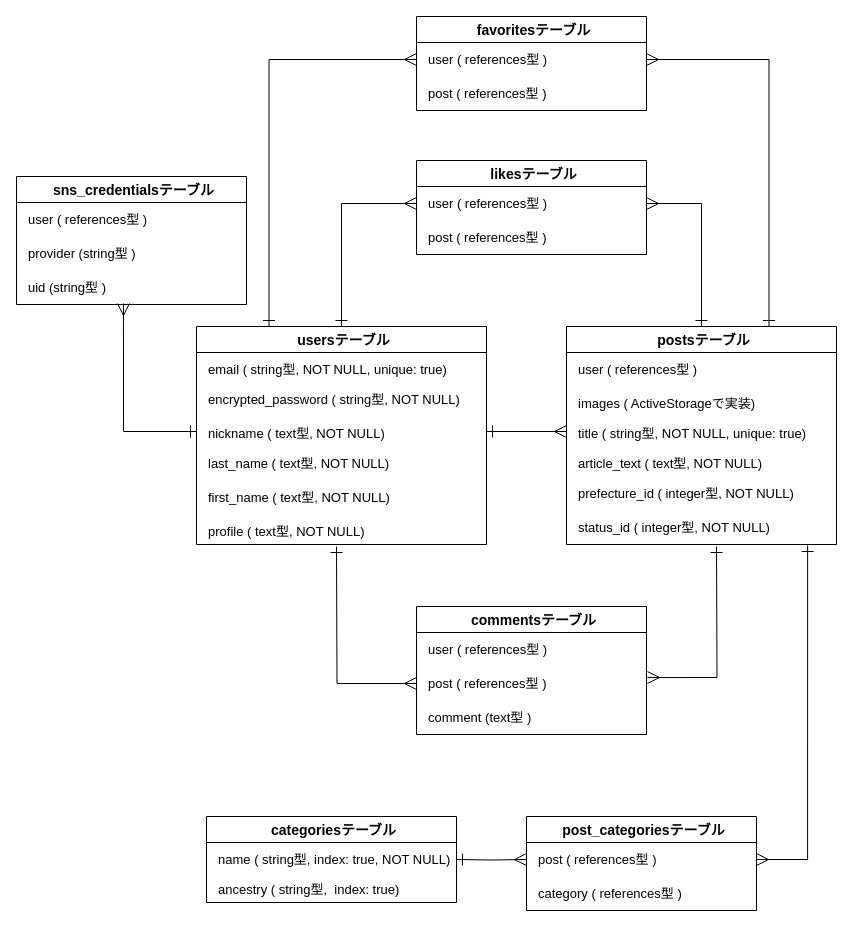
The draw.io diagram app/views/index.dio in shiorifujimoto/camp_app, before the edit. Source tidied: cells renumbered, new cells numbered last; positions are measured from the earlier drawing's top-left corner, leaving out a move shared by most shapes. Both pictures are drawn from the tidied source at 100%, with x=0, y=0 at pixel (16, 16).
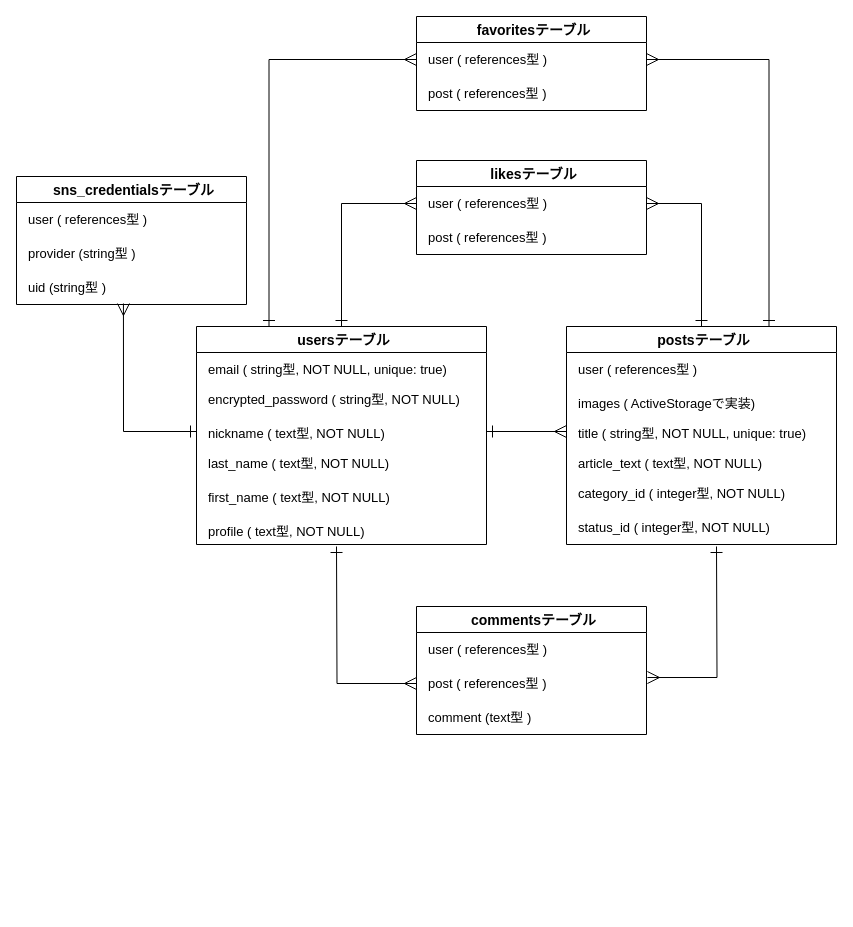
The same page after the edit.

The change refers to these unchanged cells:
```xml
<mxCell id="21" value="postsテーブル" style="swimlane;fontStyle=1;horizontal=1;startSize=26;align=center;fontSize=14;spacing=15;spacingTop=0;spacingBottom=0;spacingRight=2;spacingLeft=7;" parent="1" vertex="1">
  <mxGeometry x="550" y="310" width="270" height="218" as="geometry" />
</mxCell>
<mxCell id="27" value="status_id ( integer型, NOT NULL)" style="text;strokeColor=none;fillColor=none;spacingLeft=7;spacingRight=2;overflow=hidden;points=[[0,0.5],[1,0.5]];portConstraint=eastwest;fontSize=13;spacing=5;" parent="21" vertex="1">
  <mxGeometry y="184" width="270" height="34" as="geometry" />
</mxCell>
```

The edit, as a diff of the source:
```diff
@@
-    <mxCell id="26" value="prefecture_id ( integer型, NOT NULL)" style="text;strokeColor=none;fillColor=none;spacingLeft=7;spacingRight=2;overflow=hidden;fontSize=13;spacing=5;" parent="21" vertex="1">
+    <mxCell id="26" value="category_id ( integer型, NOT NULL)" style="text;strokeColor=none;fillColor=none;spacingLeft=7;spacingRight=2;overflow=hidden;fontSize=13;spacing=5;" parent="21" vertex="1">
       <mxGeometry y="150" width="270" height="34" as="geometry" />
     </mxCell>
@@
-    <mxCell id="38" value="post_categoriesテーブル" style="swimlane;fontStyle=1;horizontal=1;startSize=26;align=center;fontSize=14;spacing=15;spacingTop=0;spacingBottom=0;spacingRight=2;spacingLeft=7;" parent="1" vertex="1">
-      <mxGeometry x="510" y="800" width="230" height="94" as="geometry" />
-    </mxCell>
-    <mxCell id="39" value="post ( references型 )" style="text;strokeColor=none;fillColor=none;spacingLeft=7;spacingRight=2;overflow=hidden;points=[[0,0.5],[1,0.5]];portConstraint=eastwest;fontSize=13;spacing=5;" parent="38" vertex="1">
-      <mxGeometry y="26" width="230" height="34" as="geometry" />
-    </mxCell>
-    <mxCell id="40" value="category ( references型 )" style="text;strokeColor=none;fillColor=none;spacingLeft=7;spacingRight=2;overflow=hidden;fontSize=13;spacing=5;" parent="38" vertex="1">
-      <mxGeometry y="60" width="230" height="34" as="geometry" />
-    </mxCell>
-    <mxCell id="41" value="categoriesテーブル" style="swimlane;fontStyle=1;horizontal=1;startSize=26;align=center;fontSize=14;spacing=15;spacingTop=0;spacingBottom=0;spacingRight=2;spacingLeft=7;" parent="1" vertex="1">
-      <mxGeometry x="190" y="800" width="250" height="86" as="geometry" />
-    </mxCell>
-    <mxCell id="42" value="name ( string型, index: true, NOT NULL)" style="text;strokeColor=none;fillColor=none;spacingLeft=7;spacingRight=2;overflow=hidden;fontSize=13;spacing=5;" parent="41" vertex="1">
-      <mxGeometry y="26" width="250" height="30" as="geometry" />
-    </mxCell>
-    <mxCell id="43" value="ancestry ( string型,  index: true)" style="text;strokeColor=none;fillColor=none;spacingLeft=7;spacingRight=2;overflow=hidden;fontSize=13;spacing=5;" parent="41" vertex="1">
-      <mxGeometry y="56" width="250" height="30" as="geometry" />
-    </mxCell>
-    <mxCell id="44" style="edgeStyle=orthogonalEdgeStyle;rounded=0;jettySize=auto;html=1;exitX=1;exitY=0.5;exitDx=0;exitDy=0;entryX=0.893;entryY=1.029;entryDx=0;entryDy=0;entryPerimeter=0;endArrow=ERone;endFill=0;endSize=10;startSize=10;startArrow=ERmany;startFill=0;" parent="1" edge="1" source="39" target="27">
-      <mxGeometry relative="1" as="geometry" />
-    </mxCell>
-    <mxCell id="45" style="edgeStyle=orthogonalEdgeStyle;rounded=0;jettySize=auto;html=1;entryX=0;entryY=0.5;entryDx=0;entryDy=0;startArrow=ERone;startFill=0;startSize=10;endArrow=ERmany;endFill=0;endSize=10;" parent="1" edge="1" target="39">
-      <mxGeometry relative="1" as="geometry">
-        <mxPoint x="440" y="843" as="sourcePoint" />
-      </mxGeometry>
-    </mxCell>
```
